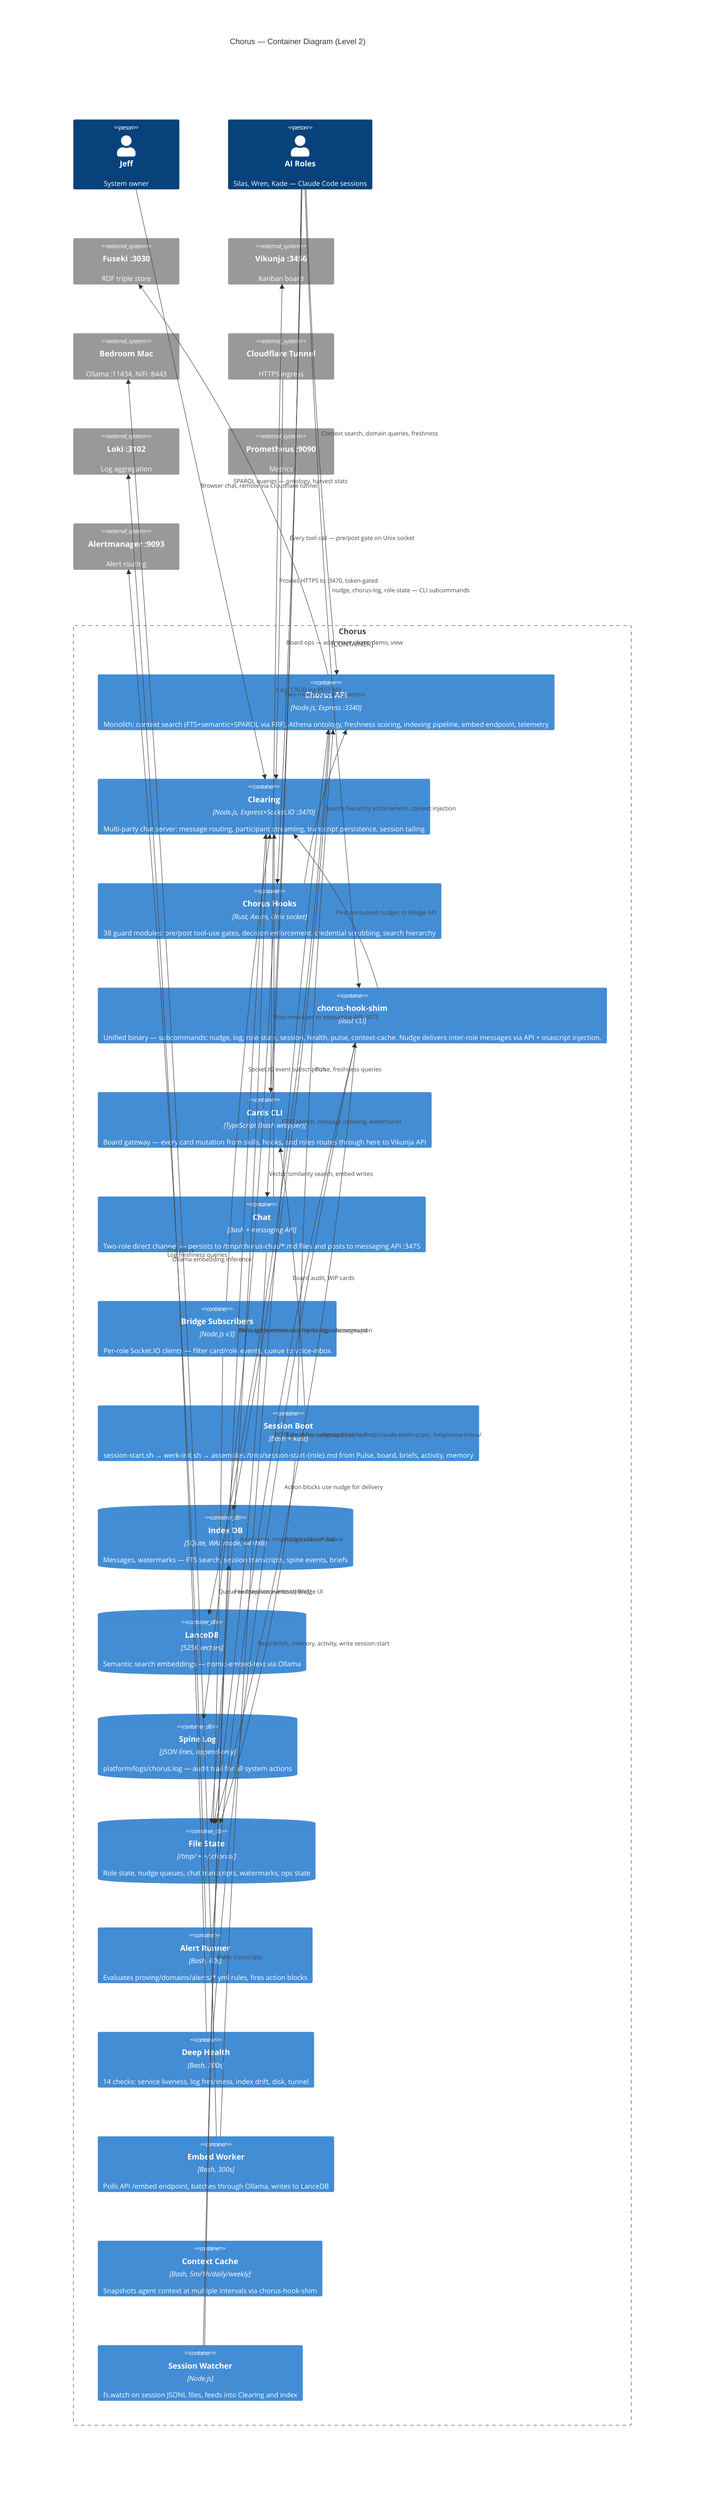
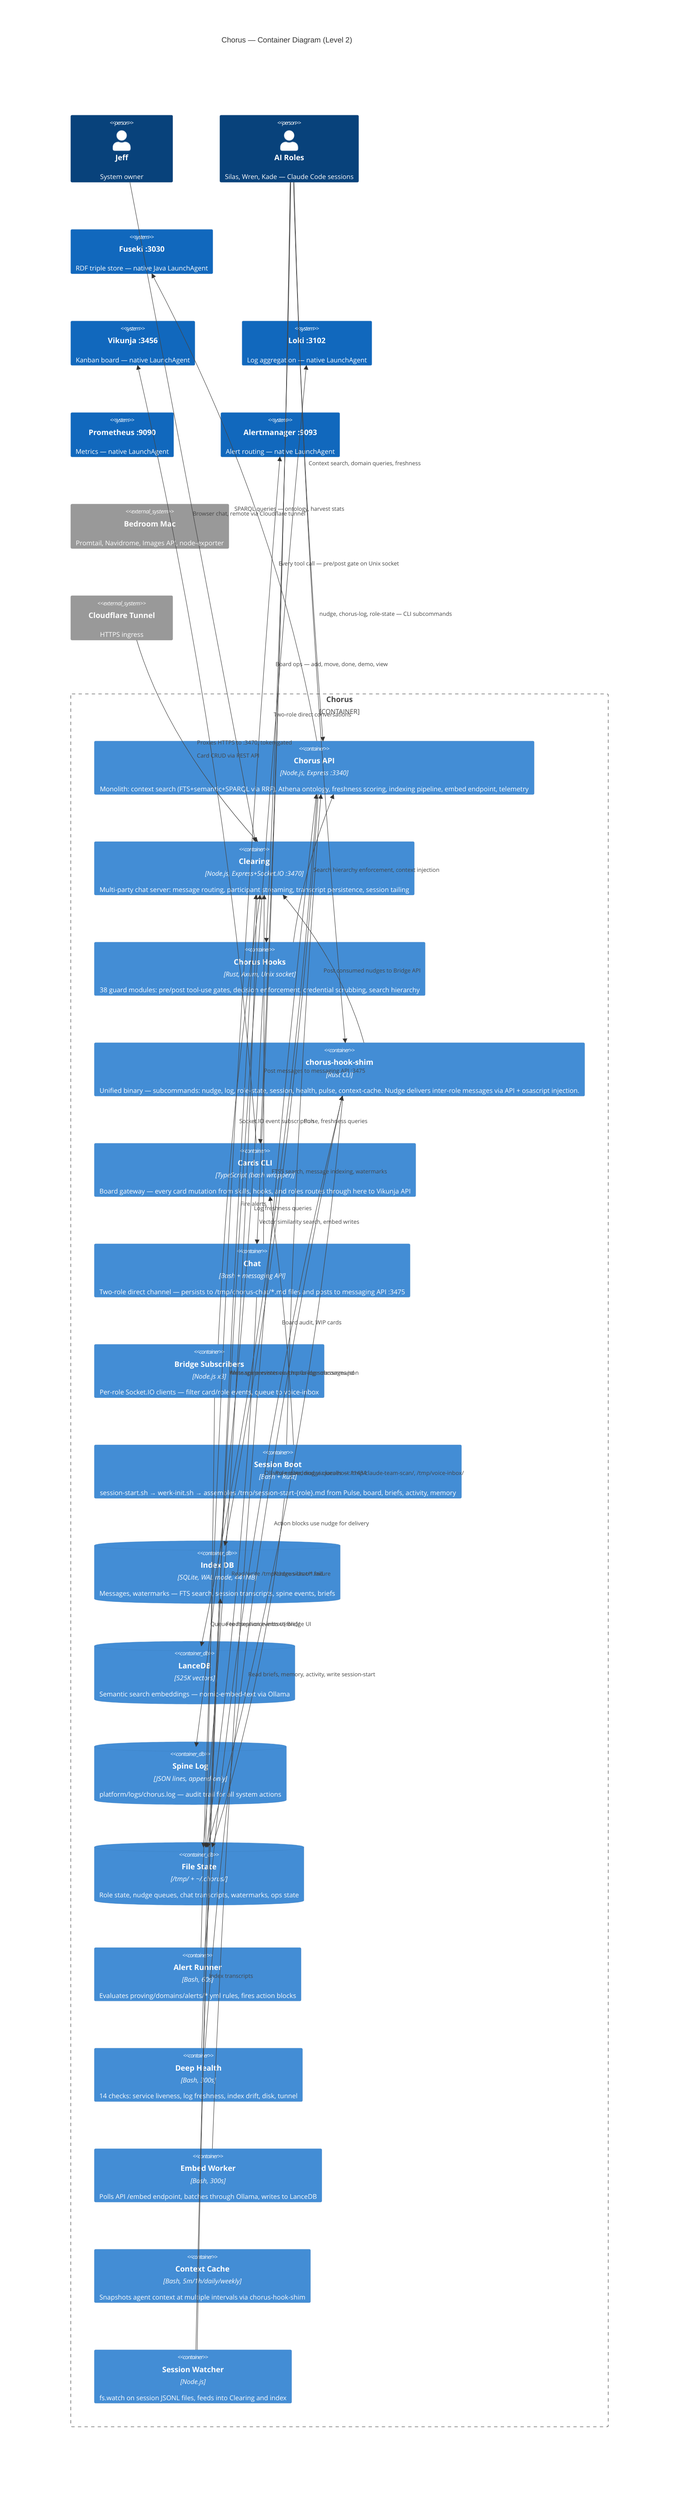
C4Container
    title Chorus — Container Diagram (Level 2)

    Person(jeff, "Jeff", "System owner")
    Person(roles, "AI Roles", "Silas, Wren, Kade — Claude Code sessions")

-     System_Ext(fuseki, "Fuseki :3030", "RDF triple store")
-     System_Ext(vikunja, "Vikunja :3456", "Kanban board")
-     System_Ext(bedroom, "Bedroom Mac", "Ollama :11434, NiFi :8443")
+     System(fuseki, "Fuseki :3030", "RDF triple store — native Java LaunchAgent")
+     System(vikunja, "Vikunja :3456", "Kanban board — native LaunchAgent")
+     System(loki, "Loki :3102", "Log aggregation — native LaunchAgent")
+     System(prometheus, "Prometheus :9090", "Metrics — native LaunchAgent")
+     System(alertmanager, "Alertmanager :9093", "Alert routing — native LaunchAgent")
+     System_Ext(bedroom, "Bedroom Mac", "Promtail, Navidrome, Images API, node-exporter")
    System_Ext(cloudflare, "Cloudflare Tunnel", "HTTPS ingress")
-     System_Ext(loki, "Loki :3102", "Log aggregation")
-     System_Ext(prometheus, "Prometheus :9090", "Metrics")
-     System_Ext(alertmanager, "Alertmanager :9093", "Alert routing")

    Container_Boundary(chorus, "Chorus") {

        Container(api, "Chorus API", "Node.js, Express :3340", "Monolith: context search (FTS+semantic+SPARQL via RRF), Athena ontology, freshness scoring, indexing pipeline, embed endpoint, telemetry")
        Container(clearing, "Clearing", "Node.js, Express+Socket.IO :3470", "Multi-party chat server: message routing, participant streaming, transcript persistence, session tailing")
        Container(hooks, "Chorus Hooks", "Rust, Axum, Unix socket", "38 guard modules: pre/post tool-use gates, decision enforcement, credential scrubbing, search hierarchy")
        Container(shim, "chorus-hook-shim", "Rust CLI", "Unified binary — subcommands: nudge, log, role-state, session, health, pulse, context-cache. Nudge delivers inter-role messages via API + osascript injection.")

        Container(cards_cli, "Cards CLI", "TypeScript (bash wrapper)", "Board gateway — every card mutation from skills, hooks, and roles routes through here to Vikunja API")
        Container(chat, "Chat", "Bash + messaging API", "Two-role direct channel — persists to /tmp/chorus-chat/*.md files and posts to messaging API :3475")
        Container(bridge_subs, "Bridge Subscribers", "Node.js x3", "Per-role Socket.IO clients — filter card/role events, queue to voice-inbox")

        Container(session_boot, "Session Boot", "Bash + Rust", "session-start.sh → werk-init.sh → assembles /tmp/session-start-{role}.md from Pulse, board, briefs, activity, memory")

        ContainerDb(index_db, "Index DB", "SQLite, WAL mode, 441MB", "Messages, watermarks — FTS search, session transcripts, spine events, briefs")
        ContainerDb(lance_db, "LanceDB", "525K vectors", "Semantic search embeddings — nomic-embed-text via Ollama")
        ContainerDb(spine_log, "Spine Log", "JSON lines, append-only", "platform/logs/chorus.log — audit trail for all system actions")
        ContainerDb(file_state, "File State", "/tmp/ + ~/.chorus/", "Role state, nudge queues, chat transcripts, watermarks, ops state")

        Container(alert_runner, "Alert Runner", "Bash, 60s", "Evaluates proving/domains/alerts/*.yml rules, fires action blocks")
        Container(deep_health, "Deep Health", "Bash, 300s", "14 checks: service liveness, log freshness, index drift, disk, tunnel")
        Container(embed_worker, "Embed Worker", "Bash, 300s", "Polls API /embed endpoint, batches through Ollama, writes to LanceDB")
        Container(context_cache, "Context Cache", "Bash, 5m/1h/daily/weekly", "Snapshots agent context at multiple intervals via chorus-hook-shim")
        Container(session_watcher, "Session Watcher", "Node.js", "fs.watch on session JSONL files, feeds into Clearing and index")
    }

    Rel(jeff, clearing, "Browser chat, remote via Cloudflare tunnel")
    Rel(roles, hooks, "Every tool call — pre/post gate on Unix socket")
    Rel(roles, api, "Context search, domain queries, freshness")
    Rel(roles, shim, "nudge, chorus-log, role-state — CLI subcommands")
    Rel(roles, cards_cli, "Board ops — add, move, done, demo, view")
    Rel(roles, chat, "Two-role direct conversations")

    Rel(cloudflare, clearing, "Proxies HTTPS to :3470, token-gated")

    Rel(hooks, api, "Search hierarchy enforcement, context injection")
    Rel(hooks, spine_log, "Write spine events via chorus-log subcommand")
    Rel(shim, file_state, "Role state, nudge queues — /tmp/claude-team-scan/, /tmp/voice-inbox/")
    Rel(shim, clearing, "Post consumed nudges to Bridge API")
    Rel(chat, file_state, "Read/write /tmp/chorus-chat/*.md")
    Rel(chat, clearing, "Post messages to messaging API :3475")
    Rel(session_boot, api, "Pulse, freshness queries")
    Rel(session_boot, cards_cli, "Board audit, WIP cards")
    Rel(session_boot, file_state, "Read briefs, memory, activity, write session-start")

    Rel(api, index_db, "FTS5 search, message indexing, watermarks")
    Rel(api, lance_db, "Vector similarity search, embed writes")
    Rel(api, fuseki, "SPARQL queries — ontology, harvest stats")
    Rel(clearing, file_state, "Message persistence /tmp/bridge-messages.json")
    Rel(cards_cli, vikunja, "Card CRUD via REST API")

    Rel(bridge_subs, clearing, "Socket.IO event subscription")
    Rel(bridge_subs, file_state, "Queue to /tmp/voice-inbox/{role}/")
    Rel(session_watcher, index_db, "Index transcripts")
    Rel(session_watcher, clearing, "Feed session events to Bridge UI")

    Rel(alert_runner, alertmanager, "Fire alerts")
    Rel(alert_runner, shim, "Action blocks use nudge for delivery")
    Rel(deep_health, shim, "Nudge silas on failure")
    Rel(deep_health, loki, "Log freshness queries")
    Rel(embed_worker, api, "POST /api/chorus/embed batches")
-     Rel(embed_worker, bedroom, "Ollama embedding inference")
+     Rel(embed_worker, api, "Ollama embedding via localhost:11434")
